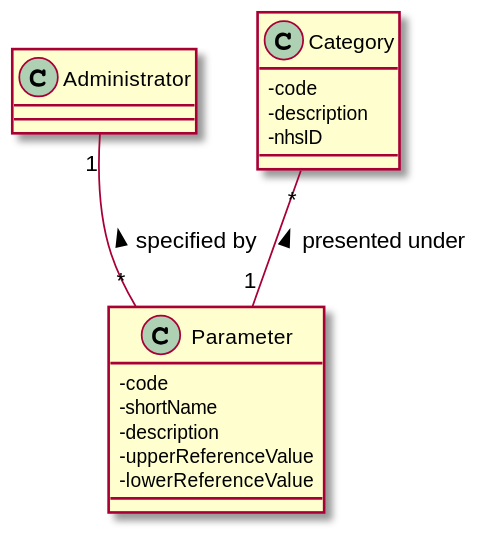
Before: docs/SprintB/US10/US10_DM.svg, a diagram exported from PlantUML (MadDinosaur/ISEP-LAPR2).
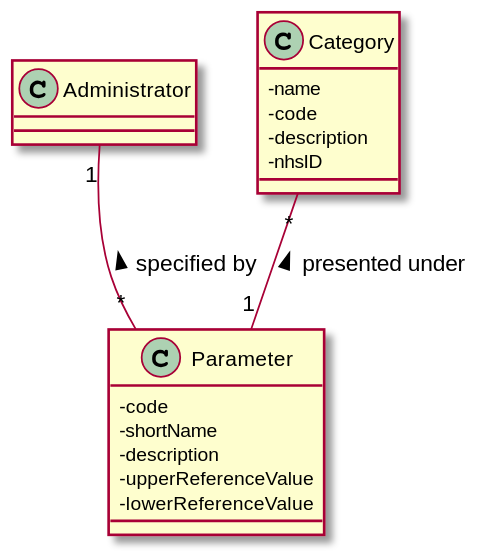
After the commit.

Diff of the diagram source:
```diff
@@ -12,6 +12,7 @@
 }
 
 class Category {
+-name
 -code
 -description
 -nhsID
```
